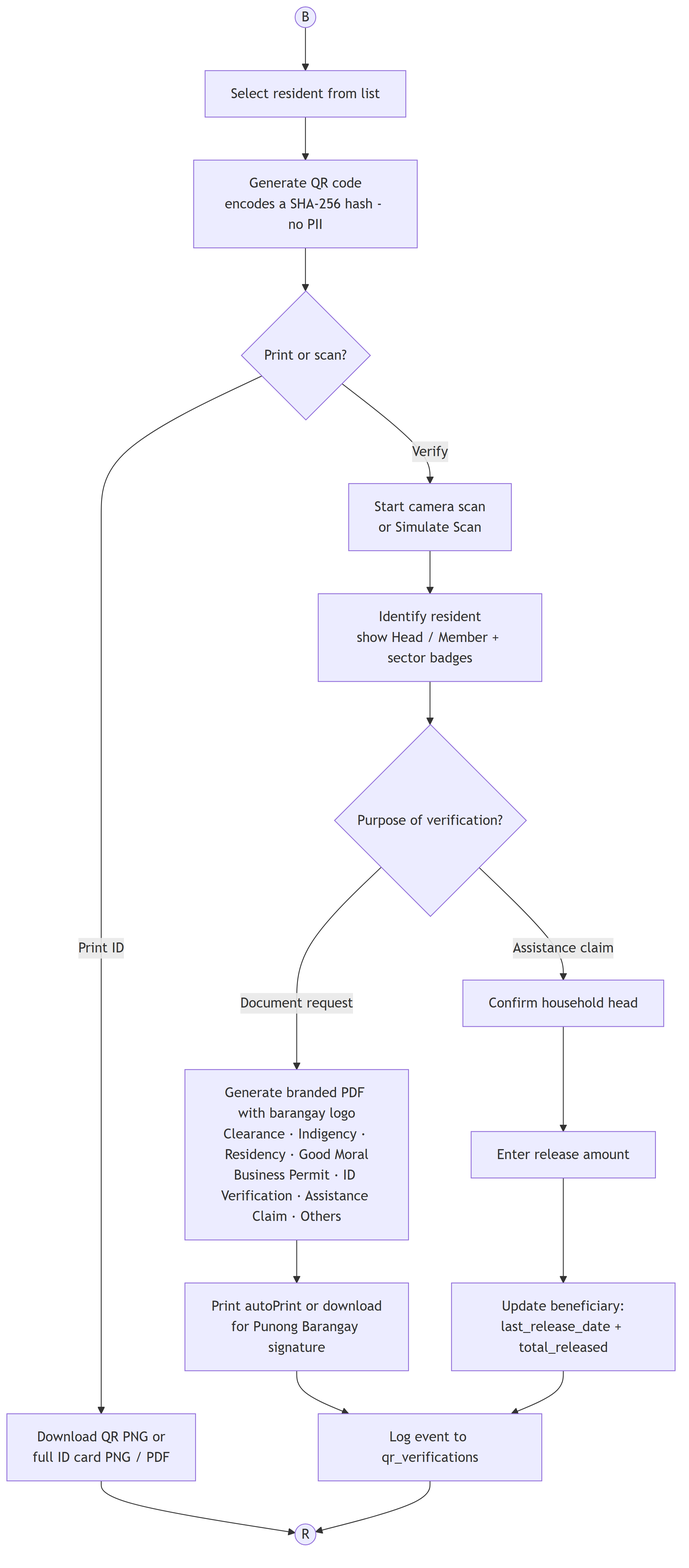
Above: diagrams/modules/qr_verification.png in KellyEspera/protect (Mermaid), before the change. Its source is kept beside it as diagrams/modules/qr_verification.mmd.
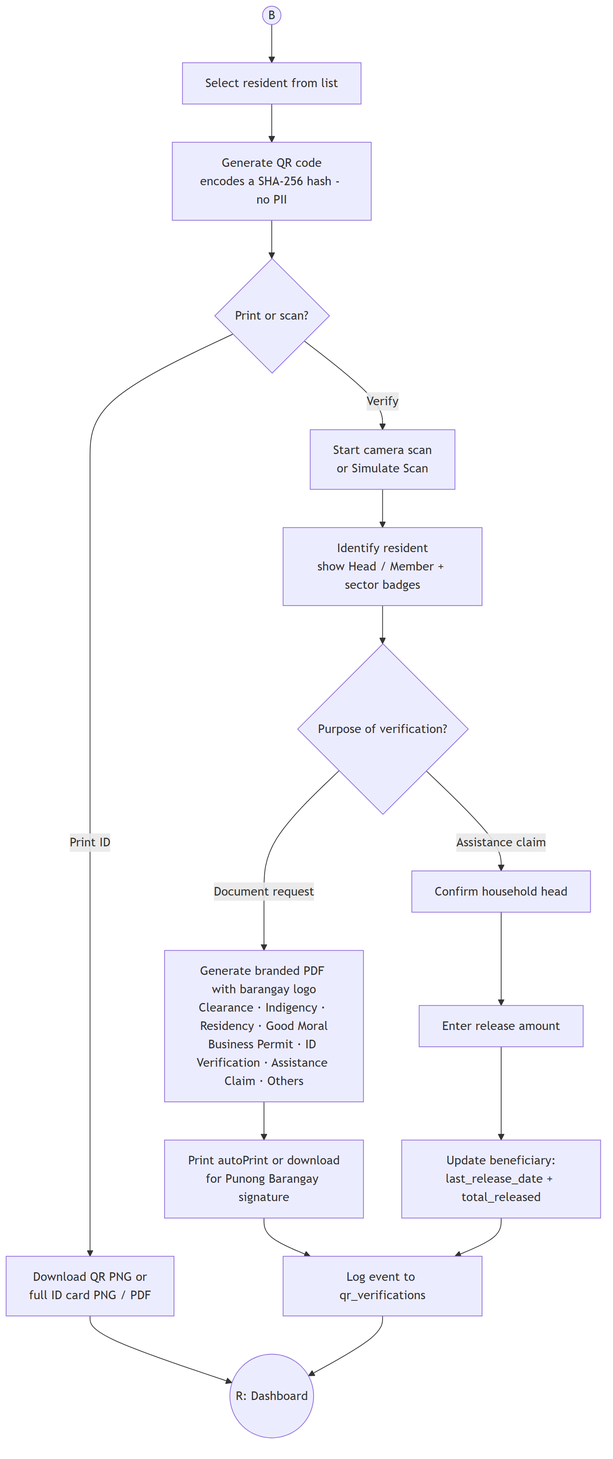
Later version of the same file.

Change to the diagram source:
```diff
@@ -18,5 +18,5 @@
     Amt --> Release[Update beneficiary:<br/>last_release_date + total_released]
     Release --> Log[Log event to qr_verifications]
 
-    Print --> R((R))
+    Print --> R((R: Dashboard))
     Log --> R
```
